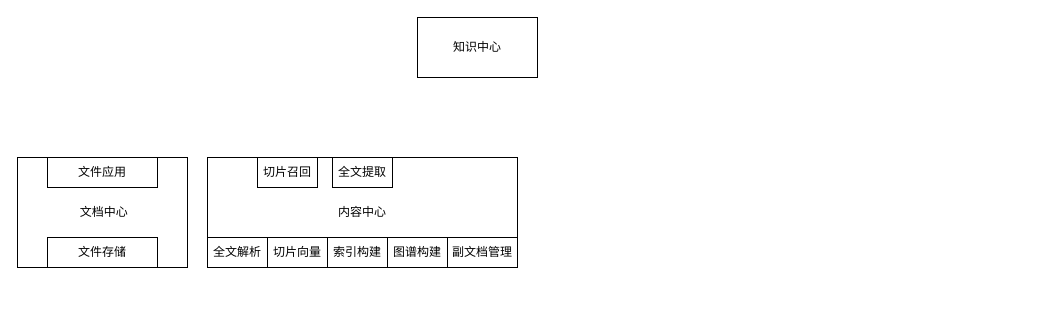
Before: 工作规划.drawio in redpoppet/drawio_hub, a draw.io diagram. Source tidied: cells renumbered, new cells numbered last; positions are measured from the earlier drawing's top-left corner, leaving out a move shared by most shapes. Both pictures are drawn from the tidied source at 100%, with x=0, y=0 at pixel (17, 17).
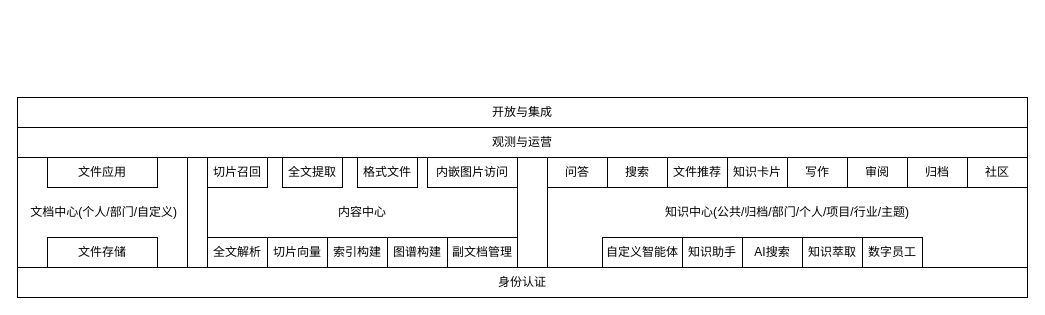
The same page after the edit.

Commit message:
已添加 工作规划.drawio

What changed in the source:
```diff
@@
-    <mxCell id="2" value="&amp;nbsp;文档中心" style="rounded=0;whiteSpace=wrap;html=1;" parent="1" vertex="1">
+    <mxCell id="2" value="&amp;nbsp;文档中心(个人/部门/自定义)" style="rounded=0;whiteSpace=wrap;html=1;" parent="1" vertex="1">
       <mxGeometry y="140" width="170" height="110" as="geometry" />
     </mxCell>
@@
-    <mxCell id="4" value="知识中心" style="rounded=0;whiteSpace=wrap;html=1;" parent="1" vertex="1">
-      <mxGeometry x="400" width="120" height="60" as="geometry" />
+    <mxCell id="4" value="知识中心(公共/归档/部门/个人/项目/行业/主题)" style="rounded=0;whiteSpace=wrap;html=1;" parent="1" vertex="1">
+      <mxGeometry x="530" y="140" width="480" height="110" as="geometry" />
     </mxCell>
@@
     <mxCell id="12" value="切片召回" style="rounded=0;whiteSpace=wrap;html=1;" parent="1" vertex="1">
-      <mxGeometry x="240" y="140" width="60" height="30" as="geometry" />
+      <mxGeometry x="190" y="140" width="60" height="30" as="geometry" />
     </mxCell>
     <mxCell id="13" value="全文提取" style="rounded=0;whiteSpace=wrap;html=1;" parent="1" vertex="1">
-      <mxGeometry x="315" y="140" width="60" height="30" as="geometry" />
+      <mxGeometry x="265" y="140" width="60" height="30" as="geometry" />
     </mxCell>
+    <mxCell id="14" value="格式文件" style="rounded=0;whiteSpace=wrap;html=1;" parent="1" vertex="1">
+      <mxGeometry x="340" y="140" width="60" height="30" as="geometry" />
+    </mxCell>
+    <mxCell id="15" value="内嵌图片访问" style="rounded=0;whiteSpace=wrap;html=1;" parent="1" vertex="1">
+      <mxGeometry x="410" y="140" width="90" height="30" as="geometry" />
+    </mxCell>
+    <mxCell id="16" value="知识助手" style="rounded=0;whiteSpace=wrap;html=1;" parent="1" vertex="1">
+      <mxGeometry x="665" y="220" width="60" height="30" as="geometry" />
+    </mxCell>
+    <mxCell id="17" value="问答" style="rounded=0;whiteSpace=wrap;html=1;" parent="1" vertex="1">
+      <mxGeometry x="530" y="140" width="60" height="30" as="geometry" />
+    </mxCell>
+    <mxCell id="18" value="搜索" style="rounded=0;whiteSpace=wrap;html=1;" parent="1" vertex="1">
+      <mxGeometry x="590" y="140" width="60" height="30" as="geometry" />
+    </mxCell>
+    <mxCell id="19" value="AI搜索" style="rounded=0;whiteSpace=wrap;html=1;" parent="1" vertex="1">
+      <mxGeometry x="725" y="220" width="60" height="30" as="geometry" />
+    </mxCell>
+    <mxCell id="20" value="文件推荐" style="rounded=0;whiteSpace=wrap;html=1;" parent="1" vertex="1">
+      <mxGeometry x="650" y="140" width="60" height="30" as="geometry" />
+    </mxCell>
+    <mxCell id="21" value="知识萃取" style="rounded=0;whiteSpace=wrap;html=1;" parent="1" vertex="1">
+      <mxGeometry x="785" y="220" width="60" height="30" as="geometry" />
+    </mxCell>
+    <mxCell id="22" value="知识卡片" style="rounded=0;whiteSpace=wrap;html=1;" parent="1" vertex="1">
+      <mxGeometry x="710" y="140" width="60" height="30" as="geometry" />
+    </mxCell>
+    <mxCell id="23" value="写作" style="rounded=0;whiteSpace=wrap;html=1;" parent="1" vertex="1">
+      <mxGeometry x="770" y="140" width="60" height="30" as="geometry" />
+    </mxCell>
+    <mxCell id="24" value="审阅" style="rounded=0;whiteSpace=wrap;html=1;" parent="1" vertex="1">
+      <mxGeometry x="830" y="140" width="60" height="30" as="geometry" />
+    </mxCell>
+    <mxCell id="25" value="数字员工" style="rounded=0;whiteSpace=wrap;html=1;" parent="1" vertex="1">
+      <mxGeometry x="845" y="220" width="60" height="30" as="geometry" />
+    </mxCell>
+    <mxCell id="26" value="归档" style="rounded=0;whiteSpace=wrap;html=1;" parent="1" vertex="1">
+      <mxGeometry x="890" y="140" width="60" height="30" as="geometry" />
+    </mxCell>
+    <mxCell id="27" value="自定义&lt;span style=&quot;background-color: transparent; color: light-dark(rgb(0, 0, 0), rgb(255, 255, 255));&quot;&gt;智能体&lt;/span&gt;" style="rounded=0;whiteSpace=wrap;html=1;" parent="1" vertex="1">
+      <mxGeometry x="585" y="220" width="80" height="30" as="geometry" />
+    </mxCell>
+    <mxCell id="28" value="身份认证" style="rounded=0;whiteSpace=wrap;html=1;" parent="1" vertex="1">
+      <mxGeometry y="250" width="1010" height="30" as="geometry" />
+    </mxCell>
+    <mxCell id="29" value="开放与集成" style="rounded=0;whiteSpace=wrap;html=1;" parent="1" vertex="1">
+      <mxGeometry y="80" width="1010" height="30" as="geometry" />
+    </mxCell>
+    <mxCell id="30" value="观测与运营" style="rounded=0;whiteSpace=wrap;html=1;" parent="1" vertex="1">
+      <mxGeometry y="110" width="1010" height="30" as="geometry" />
+    </mxCell>
+    <mxCell id="31" value="社区" style="rounded=0;whiteSpace=wrap;html=1;" parent="1" vertex="1">
+      <mxGeometry x="950" y="140" width="60" height="30" as="geometry" />
+    </mxCell>
```
